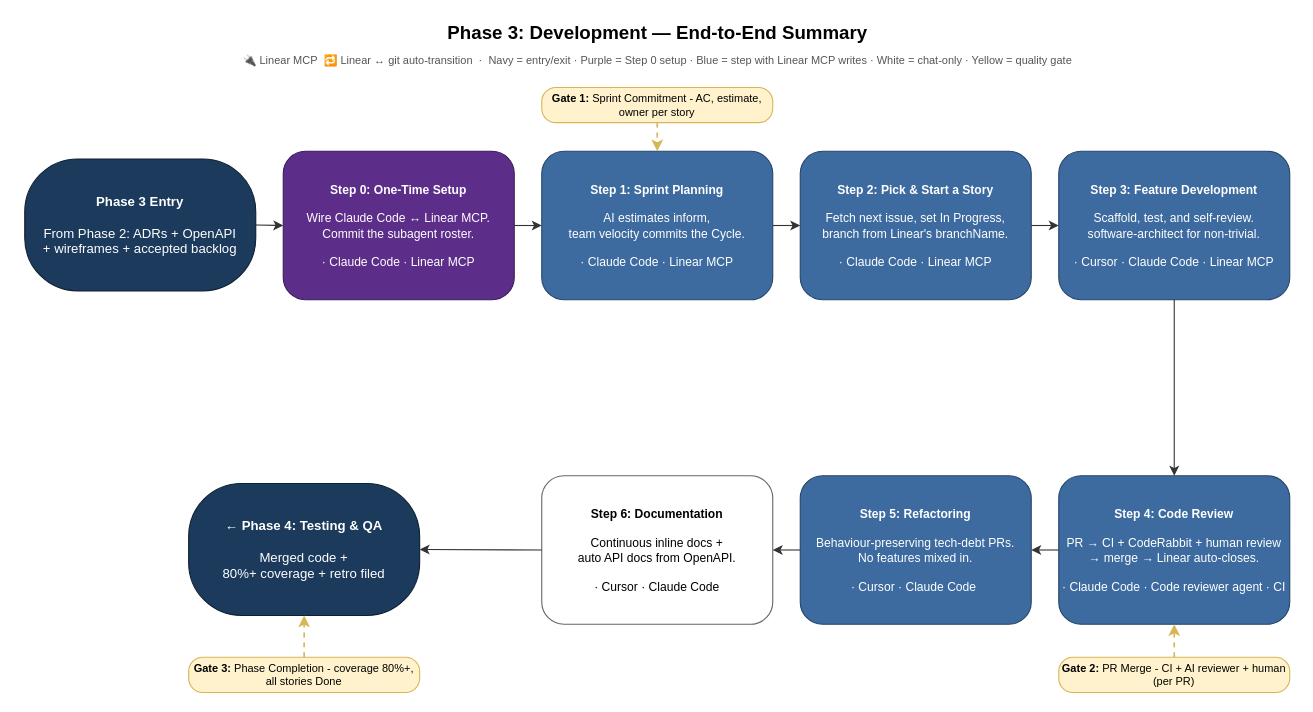
The draw.io diagram aidlc-phases/03-development/FLOWCHART-SUMMARY-horizontal.drawio in kalpat-allion/ai-dlc, before the edit. Source tidied: cells renumbered, new cells numbered last; positions are measured from the earlier drawing's top-left corner, leaving out a move shared by most shapes. Both pictures are drawn from the tidied source at 110%, with x=0, y=0 at pixel (19, 19).
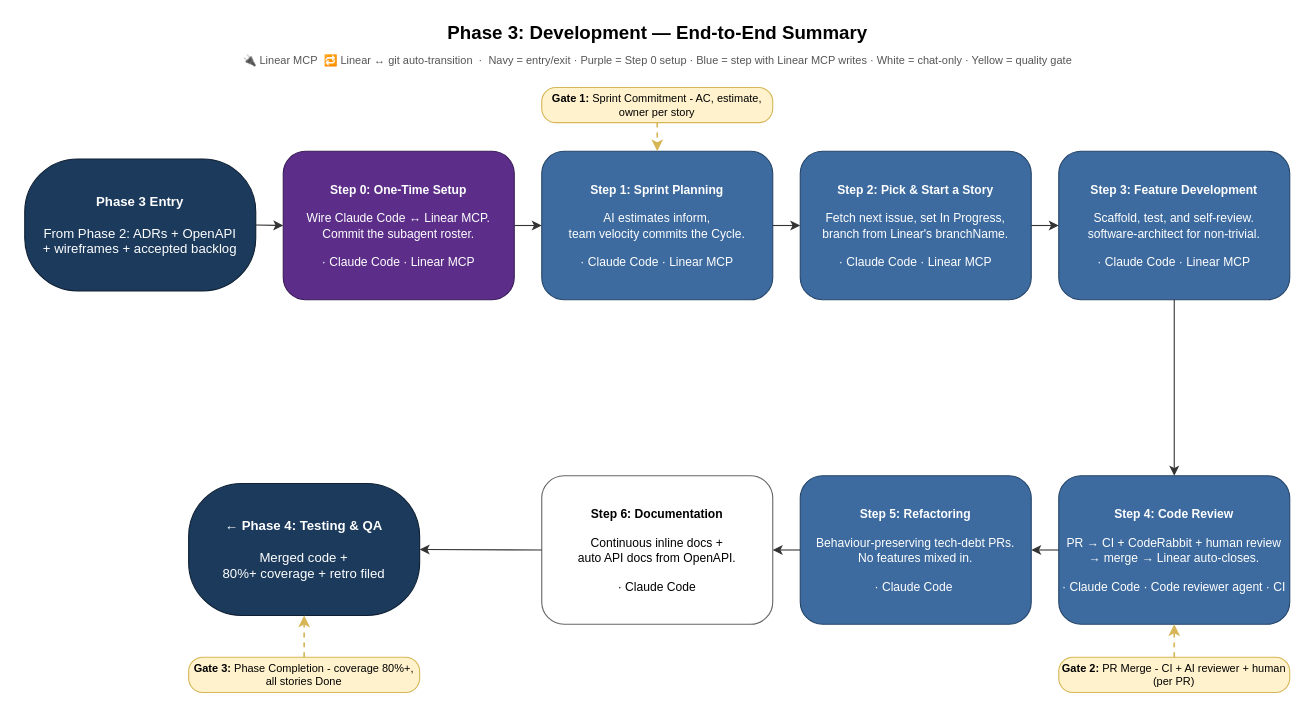
The same page after the edit.

Diff of the diagram source:
```diff
@@
-    <mxCell id="9" value="&lt;b&gt;Step 3: Feature Development&lt;/b&gt;&lt;br&gt;&lt;br&gt;Scaffold, test, and self-review.&lt;br&gt;software-architect for non-trivial.&lt;br&gt;&lt;br&gt;· Cursor · Claude Code · Linear MCP" style="rounded=1;whiteSpace=wrap;html=1;fillColor=#3D6B9F;fontColor=#FFFFFF;strokeColor=#26466A;fontSize=11;" parent="1" vertex="1">
+    <mxCell id="9" value="&lt;b&gt;Step 3: Feature Development&lt;/b&gt;&lt;br&gt;&lt;br&gt;Scaffold, test, and self-review.&lt;br&gt;software-architect for non-trivial.&lt;br&gt;&lt;br&gt;· Claude Code · Linear MCP" style="rounded=1;whiteSpace=wrap;html=1;fillColor=#3D6B9F;fontColor=#FFFFFF;strokeColor=#26466A;fontSize=11;" parent="1" vertex="1">
       <mxGeometry x="945" y="120" width="210" height="135" as="geometry" />
     </mxCell>
@@
-    <mxCell id="11" value="&lt;b&gt;Step 5: Refactoring&lt;/b&gt;&lt;br&gt;&lt;br&gt;Behaviour-preserving tech-debt PRs.&lt;br&gt;No features mixed in.&lt;br&gt;&lt;br&gt;· Cursor&amp;nbsp;· Claude Code&amp;nbsp;" style="rounded=1;whiteSpace=wrap;html=1;fillColor=#3D6B9F;fontColor=#FFFFFF;strokeColor=#26466A;fontSize=11;" parent="1" vertex="1">
+    <mxCell id="11" value="&lt;b&gt;Step 5: Refactoring&lt;/b&gt;&lt;br&gt;&lt;br&gt;Behaviour-preserving tech-debt PRs.&lt;br&gt;No features mixed in.&lt;br&gt;&lt;br&gt;· Claude Code&amp;nbsp;" style="rounded=1;whiteSpace=wrap;html=1;fillColor=#3D6B9F;fontColor=#FFFFFF;strokeColor=#26466A;fontSize=11;" parent="1" vertex="1">
       <mxGeometry x="710" y="415" width="210" height="135" as="geometry" />
     </mxCell>
-    <mxCell id="12" value="&lt;b&gt;Step 6: Documentation&lt;/b&gt;&lt;br&gt;&lt;br&gt;Continuous inline docs +&lt;br&gt;auto API docs from OpenAPI.&lt;br&gt;&lt;br&gt;· Cursor · Claude Code" style="rounded=1;whiteSpace=wrap;html=1;fillColor=#FFFFFF;fontColor=#000000;strokeColor=#666666;fontSize=11;" parent="1" vertex="1">
+    <mxCell id="12" value="&lt;b&gt;Step 6: Documentation&lt;/b&gt;&lt;br&gt;&lt;br&gt;Continuous inline docs +&lt;br&gt;auto API docs from OpenAPI.&lt;br&gt;&lt;br&gt;· Claude Code" style="rounded=1;whiteSpace=wrap;html=1;fillColor=#FFFFFF;fontColor=#000000;strokeColor=#666666;fontSize=11;" parent="1" vertex="1">
       <mxGeometry x="475" y="415" width="210" height="135" as="geometry" />
     </mxCell>
```
